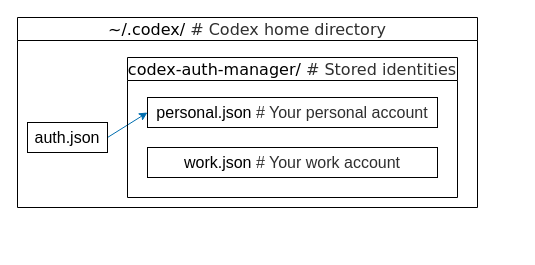
This is images/overview.drawio from PRO-2684/codex-auth-manager, a draw.io file, before an edit. Source tidied: cells renumbered, new cells numbered last; positions are measured from the earlier drawing's top-left corner, leaving out a move shared by most shapes. Both pictures are drawn from the tidied source at 100%, with x=0, y=0 at pixel (17, 17).
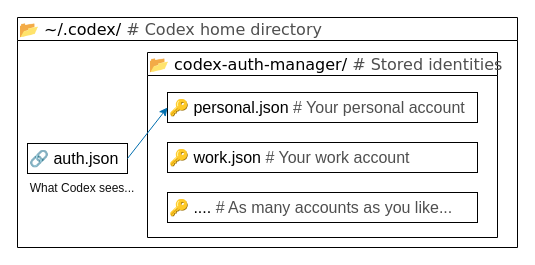
After the change.

Change to the diagram source:
```diff
@@
 <mxGraphModel>
   <root>
     <mxCell id="0" />
     <mxCell id="1" parent="0" />
-    <mxCell id="2" value="&lt;span style=&quot;font-family: trebuchet ms, verdana, arial, sans-serif; font-size: 16px; font-weight: 400; text-align: start; white-space: nowrap;&quot;&gt;&lt;font style=&quot;color: rgb(0, 0, 0);&quot;&gt;~/.codex/&lt;/font&gt;&lt;font style=&quot;color: rgb(47, 47, 47);&quot;&gt; # Codex home directory&lt;/font&gt;&lt;/span&gt;" style="swimlane;whiteSpace=wrap;html=1;" parent="1" vertex="1">
-      <mxGeometry width="460" height="190" as="geometry" />
+    <mxCell id="2" value="&lt;span style=&quot;font-family: &amp;quot;trebuchet ms&amp;quot;, verdana, arial, sans-serif; font-size: 16px; font-weight: 400; white-space: nowrap;&quot;&gt;&lt;font style=&quot;color: rgb(0, 0, 0);&quot;&gt;📂 ~/.codex/&lt;/font&gt;&lt;font style=&quot;color: rgb(79, 79, 79);&quot;&gt; # Codex home directory&lt;/font&gt;&lt;/span&gt;" style="swimlane;whiteSpace=wrap;html=1;align=left;" parent="1" vertex="1">
+      <mxGeometry width="500" height="230" as="geometry" />
     </mxCell>
-    <mxCell id="3" style="rounded=0;jettySize=auto;html=1;exitX=1;exitY=0.5;exitDx=0;exitDy=0;entryX=0;entryY=0.5;entryDx=0;entryDy=0;fillColor=#1ba1e2;strokeColor=#006EAF;" parent="2" edge="1" source="4" target="6">
-      <mxGeometry relative="1" as="geometry" />
-    </mxCell>
-    <mxCell id="4" value="&lt;font style=&quot;font-size: 16px;&quot;&gt;auth.json&lt;/font&gt;" style="rounded=0;whiteSpace=wrap;html=1;" parent="2" vertex="1">
-      <mxGeometry x="10" y="105" width="80" height="30" as="geometry" />
+    <mxCell id="4" value="&lt;font style=&quot;font-size: 16px;&quot;&gt;🔗 auth.json&lt;/font&gt;" style="rounded=0;whiteSpace=wrap;html=1;align=left;" parent="2" vertex="1">
+      <mxGeometry x="10" y="126" width="100" height="30" as="geometry" />
     </mxCell>
-    <mxCell id="5" value="&lt;span style=&quot;font-family: trebuchet ms, verdana, arial, sans-serif; font-size: 16px; font-weight: 400; text-align: start; white-space: nowrap;&quot;&gt;&lt;font style=&quot;color: rgb(0, 0, 0);&quot;&gt;codex-auth-manager/&lt;/font&gt;&lt;font style=&quot;color: rgb(47, 47, 47);&quot;&gt; # Stored identities&lt;/font&gt;&lt;/span&gt;" style="swimlane;whiteSpace=wrap;html=1;" parent="2" vertex="1">
-      <mxGeometry x="110" y="40" width="330" height="140" as="geometry" />
+    <mxCell id="5" value="&lt;span style=&quot;font-family: &amp;quot;trebuchet ms&amp;quot;, verdana, arial, sans-serif; font-size: 16px; font-weight: 400; white-space: nowrap;&quot;&gt;&lt;font style=&quot;color: rgb(0, 0, 0);&quot;&gt;📂 codex-auth-manager/&lt;/font&gt;&lt;font style=&quot;color: rgb(79, 79, 79);&quot;&gt; # Stored identities&lt;/font&gt;&lt;/span&gt;" style="swimlane;whiteSpace=wrap;html=1;align=left;" parent="2" vertex="1">
+      <mxGeometry x="130" y="35" width="350" height="185" as="geometry" />
     </mxCell>
-    <mxCell id="6" value="&lt;font style=&quot;font-size: 16px;&quot;&gt;personal.json&lt;font style=&quot;color: rgb(47, 47, 47);&quot;&gt; # Your personal account&lt;/font&gt;&lt;/font&gt;" style="rounded=0;whiteSpace=wrap;html=1;" parent="5" vertex="1">
-      <mxGeometry x="20" y="40" width="290" height="30" as="geometry" />
+    <mxCell id="6" value="&lt;font style=&quot;font-size: 16px;&quot;&gt;🔑 personal.json&lt;font style=&quot;color: rgb(79, 79, 79);&quot;&gt; # Your personal account&lt;/font&gt;&lt;/font&gt;" style="rounded=0;whiteSpace=wrap;html=1;align=left;" parent="5" vertex="1">
+      <mxGeometry x="20" y="40" width="310" height="30" as="geometry" />
     </mxCell>
-    <mxCell id="7" value="&lt;font style=&quot;font-size: 16px;&quot;&gt;work.json&lt;font style=&quot;color: rgb(47, 47, 47);&quot;&gt; # Your work account&lt;/font&gt;&lt;/font&gt;" style="rounded=0;whiteSpace=wrap;html=1;" parent="5" vertex="1">
-      <mxGeometry x="20" y="90" width="290" height="30" as="geometry" />
+    <mxCell id="7" value="&lt;font style=&quot;font-size: 16px;&quot;&gt;🔑&amp;nbsp;work.json&lt;font style=&quot;color: rgb(79, 79, 79);&quot;&gt; # Your work account&lt;/font&gt;&lt;/font&gt;" style="rounded=0;whiteSpace=wrap;html=1;align=left;" parent="5" vertex="1">
+      <mxGeometry x="20" y="90" width="310" height="30" as="geometry" />
     </mxCell>
+    <mxCell id="8" value="&lt;font style=&quot;font-size: 16px;&quot;&gt;🔑&amp;nbsp;....&lt;font style=&quot;color: rgb(79, 79, 79);&quot;&gt;&amp;nbsp;# As many accounts as you like...&lt;/font&gt;&lt;/font&gt;" style="rounded=0;whiteSpace=wrap;html=1;align=left;" parent="5" vertex="1">
+      <mxGeometry x="20" y="140" width="310" height="30" as="geometry" />
+    </mxCell>
+    <mxCell id="3" style="rounded=0;jettySize=auto;html=1;exitX=1;exitY=0.5;exitDx=0;exitDy=0;entryX=0;entryY=0.5;entryDx=0;entryDy=0;fillColor=#1ba1e2;strokeColor=#006EAF;" parent="2" edge="1" source="4" target="6">
+      <mxGeometry relative="1" as="geometry" />
+    </mxCell>
+    <mxCell id="9" value="&lt;font style=&quot;color: rgb(18, 18, 18);&quot;&gt;What Codex sees...&lt;/font&gt;" style="text;html=1;whiteSpace=wrap;strokeColor=none;fillColor=none;align=center;verticalAlign=middle;rounded=0;" parent="2" vertex="1">
+      <mxGeometry y="156" width="130" height="30" as="geometry" />
+    </mxCell>
   </root>
 </mxGraphModel>
```
